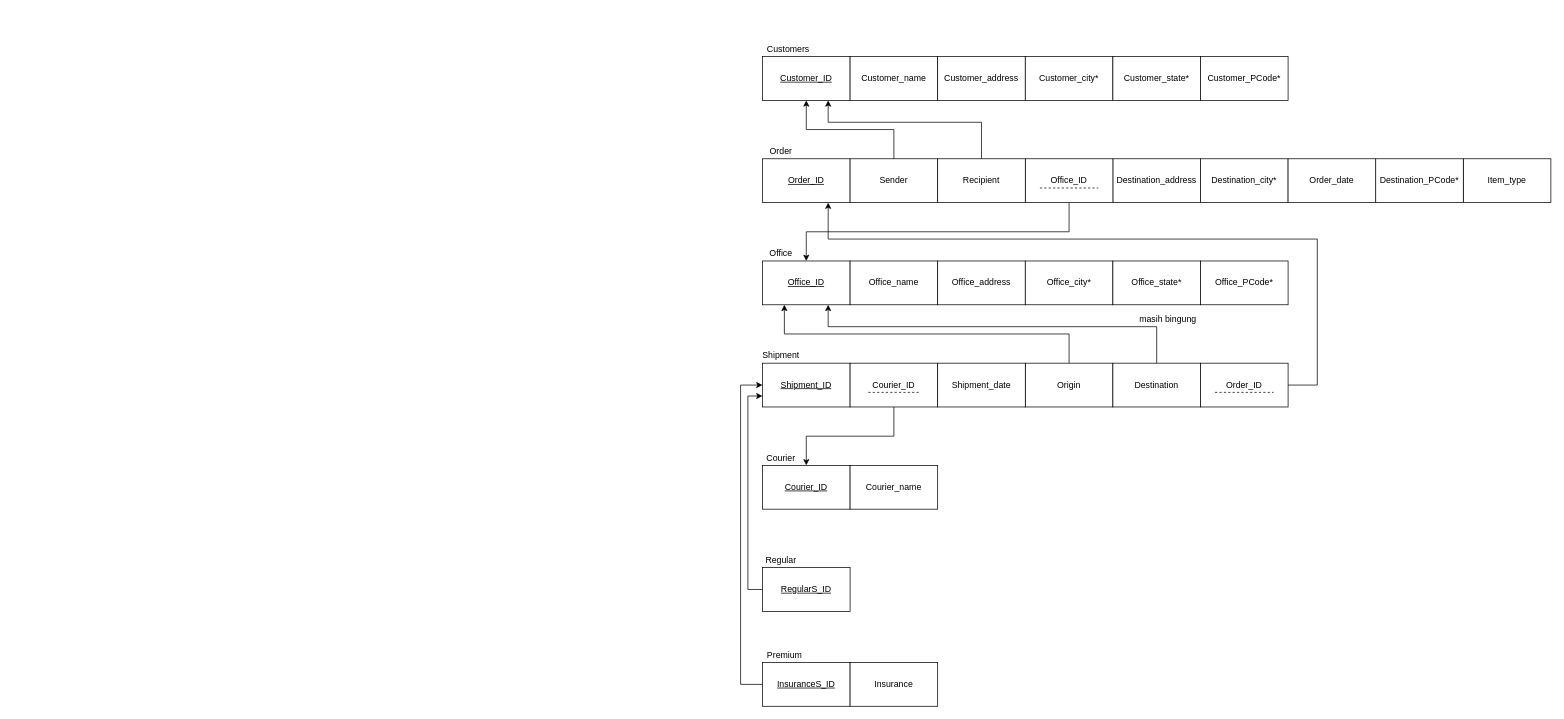
Before: page "Relational Table" (2 of 3) of ERD/ERD_RT_Norm.drawio in jeki-z/dripship, a draw.io diagram. Source tidied: cells renumbered, new cells numbered last; positions are measured from the earlier drawing's top-left corner, leaving out a move shared by most shapes. Both pictures are drawn from the tidied source at 73%, with x=0, y=0 at pixel (740, 42).
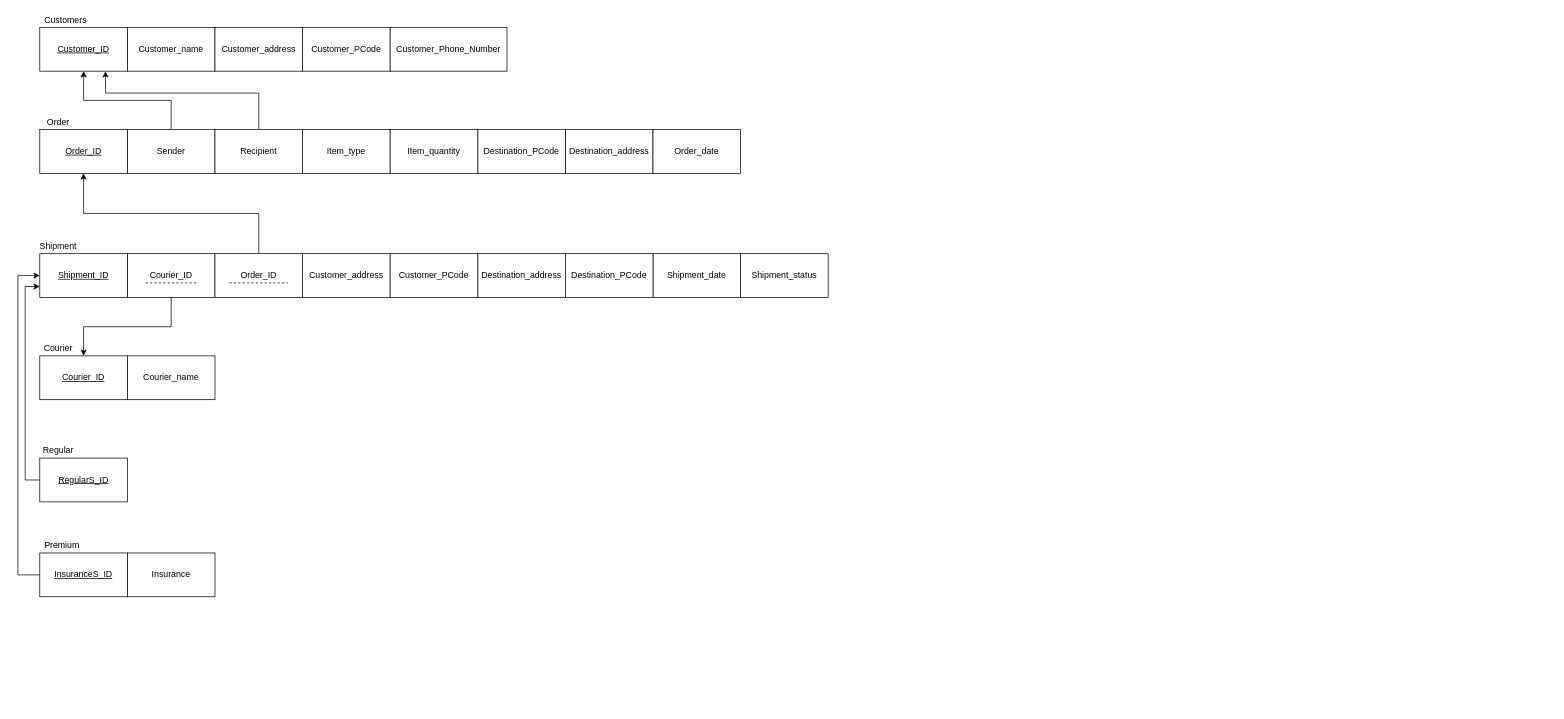
After the change.

The edit, as a diff of the source:
```diff
@@
     <mxCell id="2" value="&lt;u&gt;Customer_ID&lt;/u&gt;" style="rounded=0;whiteSpace=wrap;html=1;" parent="1" vertex="1">
-      <mxGeometry x="30" y="20" width="120" height="60" as="geometry" />
+      <mxGeometry x="-960" y="-20" width="120" height="60" as="geometry" />
     </mxCell>
     <mxCell id="3" value="Customer_name" style="rounded=0;whiteSpace=wrap;html=1;" parent="1" vertex="1">
-      <mxGeometry x="150" y="20" width="120" height="60" as="geometry" />
+      <mxGeometry x="-840" y="-20" width="120" height="60" as="geometry" />
     </mxCell>
     <mxCell id="4" value="Customer_address" style="rounded=0;whiteSpace=wrap;html=1;" parent="1" vertex="1">
-      <mxGeometry x="270" y="20" width="120" height="60" as="geometry" />
+      <mxGeometry x="-720" y="-20" width="120" height="60" as="geometry" />
     </mxCell>
     <mxCell id="5" value="Customers" style="text;html=1;align=center;verticalAlign=middle;strokeColor=none;fillColor=none;" parent="1" vertex="1">
-      <mxGeometry x="30" width="70" height="20" as="geometry" />
+      <mxGeometry x="-960" y="-40" width="70" height="20" as="geometry" />
     </mxCell>
-    <mxCell id="6" value="Customer_city*" style="rounded=0;whiteSpace=wrap;html=1;" parent="1" vertex="1">
-      <mxGeometry x="390" y="20" width="120" height="60" as="geometry" />
-    </mxCell>
-    <mxCell id="7" value="Customer_state*" style="rounded=0;whiteSpace=wrap;html=1;" parent="1" vertex="1">
-      <mxGeometry x="510" y="20" width="120" height="60" as="geometry" />
-    </mxCell>
-    <mxCell id="8" value="Customer_PCode*" style="rounded=0;whiteSpace=wrap;html=1;" parent="1" vertex="1">
-      <mxGeometry x="630" y="20" width="120" height="60" as="geometry" />
+    <mxCell id="8" value="Customer_PCode" style="rounded=0;whiteSpace=wrap;html=1;" parent="1" vertex="1">
+      <mxGeometry x="-600" y="-20" width="120" height="60" as="geometry" />
     </mxCell>
     <mxCell id="9" value="Order" style="text;html=1;align=center;verticalAlign=middle;strokeColor=none;fillColor=none;" parent="1" vertex="1">
-      <mxGeometry x="30" y="140" width="50" height="20" as="geometry" />
+      <mxGeometry x="-960" y="100" width="50" height="20" as="geometry" />
     </mxCell>
     <mxCell id="10" value="&lt;u&gt;Order_ID&lt;/u&gt;" style="rounded=0;whiteSpace=wrap;html=1;" parent="1" vertex="1">
-      <mxGeometry x="30" y="160" width="120" height="60" as="geometry" />
+      <mxGeometry x="-960" y="120" width="120" height="60" as="geometry" />
     </mxCell>
     <mxCell id="11" value="Destination_address" style="rounded=0;whiteSpace=wrap;html=1;" parent="1" vertex="1">
-      <mxGeometry x="510" y="160" width="120" height="60" as="geometry" />
+      <mxGeometry x="-240" y="120" width="120" height="60" as="geometry" />
     </mxCell>
     <mxCell id="12" value="Item_type" style="rounded=0;whiteSpace=wrap;html=1;" parent="1" vertex="1">
-      <mxGeometry x="990" y="160" width="120" height="60" as="geometry" />
+      <mxGeometry x="-600" y="120" width="120" height="60" as="geometry" />
     </mxCell>
-    <mxCell id="13" style="edgeStyle=orthogonalEdgeStyle;rounded=0;jettySize=auto;html=1;exitX=0.5;exitY=1;exitDx=0;exitDy=0;" parent="1" edge="1" source="14" target="23">
-      <mxGeometry relative="1" as="geometry" />
-    </mxCell>
-    <mxCell id="14" value="Office_ID" style="rounded=0;whiteSpace=wrap;html=1;" parent="1" vertex="1">
-      <mxGeometry x="390" y="160" width="120" height="60" as="geometry" />
-    </mxCell>
@@
     <mxCell id="16" value="Sender" style="rounded=0;whiteSpace=wrap;html=1;" parent="1" vertex="1">
-      <mxGeometry x="150" y="160" width="120" height="60" as="geometry" />
+      <mxGeometry x="-840" y="120" width="120" height="60" as="geometry" />
     </mxCell>
-    <mxCell id="17" value="Destination_city*" style="rounded=0;whiteSpace=wrap;html=1;" parent="1" vertex="1">
-      <mxGeometry x="630" y="160" width="120" height="60" as="geometry" />
-    </mxCell>
-    <mxCell id="18" value="Destination_PCode*" style="rounded=0;whiteSpace=wrap;html=1;" parent="1" vertex="1">
-      <mxGeometry x="870" y="160" width="120" height="60" as="geometry" />
+    <mxCell id="18" value="Destination_PCode" style="rounded=0;whiteSpace=wrap;html=1;" parent="1" vertex="1">
+      <mxGeometry x="-360" y="120" width="120" height="60" as="geometry" />
     </mxCell>
     <mxCell id="19" value="Order_date" style="rounded=0;whiteSpace=wrap;html=1;" parent="1" vertex="1">
-      <mxGeometry x="750" y="160" width="120" height="60" as="geometry" />
+      <mxGeometry x="-120" y="120" width="120" height="60" as="geometry" />
     </mxCell>
     <mxCell id="20" style="edgeStyle=orthogonalEdgeStyle;rounded=0;jettySize=auto;html=1;exitX=0.5;exitY=0;exitDx=0;exitDy=0;entryX=0.75;entryY=1;entryDx=0;entryDy=0;" parent="1" edge="1" source="21" target="2">
       <mxGeometry relative="1" as="geometry">
         <Array as="points">
-          <mxPoint x="330" y="110" />
-          <mxPoint x="120" y="110" />
+          <mxPoint x="-660" y="70" />
+          <mxPoint x="-870" y="70" />
         </Array>
       </mxGeometry>
     </mxCell>
     <mxCell id="21" value="Recipient" style="rounded=0;whiteSpace=wrap;html=1;" parent="1" vertex="1">
-      <mxGeometry x="270" y="160" width="120" height="60" as="geometry" />
+      <mxGeometry x="-720" y="120" width="120" height="60" as="geometry" />
     </mxCell>
-    <mxCell id="22" style="endArrow=none;dashed=1;html=1;rounded=0;" parent="1" edge="1">
-      <mxGeometry relative="1" as="geometry">
-        <mxPoint x="410" y="200" as="sourcePoint" />
-        <mxPoint x="490" y="200" as="targetPoint" />
-      </mxGeometry>
-    </mxCell>
-    <mxCell id="23" value="&lt;u&gt;Office_ID&lt;/u&gt;" style="rounded=0;whiteSpace=wrap;html=1;" parent="1" vertex="1">
-      <mxGeometry x="30" y="300" width="120" height="60" as="geometry" />
-    </mxCell>
-    <mxCell id="24" value="Office" style="text;html=1;align=center;verticalAlign=middle;strokeColor=none;fillColor=none;" parent="1" vertex="1">
-      <mxGeometry x="30" y="280" width="50" height="20" as="geometry" />
-    </mxCell>
-    <mxCell id="25" value="Office_name" style="rounded=0;whiteSpace=wrap;html=1;" parent="1" vertex="1">
-      <mxGeometry x="150" y="300" width="120" height="60" as="geometry" />
-    </mxCell>
-    <mxCell id="26" value="Office_address" style="rounded=0;whiteSpace=wrap;html=1;" parent="1" vertex="1">
-      <mxGeometry x="270" y="300" width="120" height="60" as="geometry" />
-    </mxCell>
-    <mxCell id="27" value="Office_city*" style="rounded=0;whiteSpace=wrap;html=1;" parent="1" vertex="1">
-      <mxGeometry x="390" y="300" width="120" height="60" as="geometry" />
-    </mxCell>
-    <mxCell id="28" value="Office_state*" style="rounded=0;whiteSpace=wrap;html=1;" parent="1" vertex="1">
-      <mxGeometry x="510" y="300" width="120" height="60" as="geometry" />
-    </mxCell>
-    <mxCell id="29" value="Office_PCode*" style="rounded=0;whiteSpace=wrap;html=1;" parent="1" vertex="1">
-      <mxGeometry x="630" y="300" width="120" height="60" as="geometry" />
-    </mxCell>
     <mxCell id="30" value="&lt;u&gt;Courier_ID&lt;/u&gt;" style="rounded=0;whiteSpace=wrap;html=1;" parent="1" vertex="1">
-      <mxGeometry x="30" y="580" width="120" height="60" as="geometry" />
+      <mxGeometry x="-960" y="430" width="120" height="60" as="geometry" />
     </mxCell>
     <mxCell id="31" value="Courier" style="text;html=1;align=center;verticalAlign=middle;strokeColor=none;fillColor=none;" parent="1" vertex="1">
-      <mxGeometry x="30" y="560" width="50" height="20" as="geometry" />
+      <mxGeometry x="-960" y="410" width="50" height="20" as="geometry" />
     </mxCell>
     <mxCell id="32" value="&lt;u&gt;Shipment_ID&lt;/u&gt;" style="rounded=0;whiteSpace=wrap;html=1;" parent="1" vertex="1">
-      <mxGeometry x="30" y="440" width="120" height="60" as="geometry" />
+      <mxGeometry x="-960" y="290" width="120" height="60" as="geometry" />
     </mxCell>
     <mxCell id="33" value="Shipment" style="text;html=1;align=center;verticalAlign=middle;strokeColor=none;fillColor=none;" parent="1" vertex="1">
-      <mxGeometry x="20" y="420" width="70" height="20" as="geometry" />
+      <mxGeometry x="-970" y="270" width="70" height="20" as="geometry" />
     </mxCell>
@@
     <mxCell id="35" value="Courier_ID" style="rounded=0;whiteSpace=wrap;html=1;" parent="1" vertex="1">
-      <mxGeometry x="150" y="440" width="120" height="60" as="geometry" />
+      <mxGeometry x="-840" y="290" width="120" height="60" as="geometry" />
     </mxCell>
-    <mxCell id="36" style="edgeStyle=orthogonalEdgeStyle;rounded=0;jettySize=auto;html=1;exitX=0.5;exitY=0;exitDx=0;exitDy=0;entryX=0.25;entryY=1;entryDx=0;entryDy=0;" parent="1" edge="1" source="37" target="23">
-      <mxGeometry relative="1" as="geometry" />
-    </mxCell>
-    <mxCell id="37" value="Origin" style="rounded=0;whiteSpace=wrap;html=1;" parent="1" vertex="1">
-      <mxGeometry x="390" y="440" width="120" height="60" as="geometry" />
+    <mxCell id="37" value="Customer_address" style="rounded=0;whiteSpace=wrap;html=1;" parent="1" vertex="1">
+      <mxGeometry x="-600" y="290" width="120" height="60" as="geometry" />
     </mxCell>
     <mxCell id="38" value="Shipment_date" style="rounded=0;whiteSpace=wrap;html=1;" parent="1" vertex="1">
-      <mxGeometry x="270" y="440" width="120" height="60" as="geometry" />
+      <mxGeometry x="-120" y="290" width="120" height="60" as="geometry" />
     </mxCell>
-    <mxCell id="39" style="edgeStyle=orthogonalEdgeStyle;rounded=0;jettySize=auto;html=1;exitX=0.5;exitY=0;exitDx=0;exitDy=0;entryX=0.75;entryY=1;entryDx=0;entryDy=0;" parent="1" edge="1" source="40" target="23">
-      <mxGeometry relative="1" as="geometry">
-        <Array as="points">
-          <mxPoint x="570" y="390" />
-          <mxPoint x="120" y="390" />
-        </Array>
-      </mxGeometry>
-    </mxCell>
-    <mxCell id="40" value="Destination" style="rounded=0;whiteSpace=wrap;html=1;" parent="1" vertex="1">
-      <mxGeometry x="510" y="440" width="120" height="60" as="geometry" />
+    <mxCell id="40" value="Destination_address" style="rounded=0;whiteSpace=wrap;html=1;" parent="1" vertex="1">
+      <mxGeometry x="-360" y="290" width="120" height="60" as="geometry" />
     </mxCell>
     <mxCell id="41" value="&lt;u&gt;RegularS_ID&lt;/u&gt;" style="rounded=0;whiteSpace=wrap;html=1;" parent="1" vertex="1">
-      <mxGeometry x="30" y="720" width="120" height="60" as="geometry" />
+      <mxGeometry x="-960" y="570" width="120" height="60" as="geometry" />
     </mxCell>
     <mxCell id="42" value="Regular" style="text;html=1;align=center;verticalAlign=middle;strokeColor=none;fillColor=none;" parent="1" vertex="1">
-      <mxGeometry x="25" y="700" width="60" height="20" as="geometry" />
+      <mxGeometry x="-965" y="550" width="60" height="20" as="geometry" />
     </mxCell>
     <mxCell id="43" value="&lt;u&gt;InsuranceS_ID&lt;/u&gt;" style="rounded=0;whiteSpace=wrap;html=1;" parent="1" vertex="1">
-      <mxGeometry x="30" y="850" width="120" height="60" as="geometry" />
+      <mxGeometry x="-960" y="700" width="120" height="60" as="geometry" />
     </mxCell>
     <mxCell id="44" value="Insurance" style="rounded=0;whiteSpace=wrap;html=1;" parent="1" vertex="1">
-      <mxGeometry x="150" y="850" width="120" height="60" as="geometry" />
+      <mxGeometry x="-840" y="700" width="120" height="60" as="geometry" />
     </mxCell>
     <mxCell id="45" value="Premium" style="text;html=1;align=center;verticalAlign=middle;strokeColor=none;fillColor=none;" parent="1" vertex="1">
-      <mxGeometry x="30" y="830" width="60" height="20" as="geometry" />
+      <mxGeometry x="-960" y="680" width="60" height="20" as="geometry" />
     </mxCell>
     <mxCell id="46" style="endArrow=classic;html=1;rounded=0;exitX=0;exitY=0.5;exitDx=0;exitDy=0;entryX=0;entryY=0.5;entryDx=0;entryDy=0;" parent="1" edge="1" source="43" target="32">
       <mxGeometry relative="1" as="geometry">
         <Array as="points">
-          <mxPoint y="880" />
-          <mxPoint y="470" />
+          <mxPoint x="-990" y="730" />
+          <mxPoint x="-990" y="320" />
         </Array>
       </mxGeometry>
     </mxCell>
     <mxCell id="47" style="endArrow=classic;html=1;rounded=0;exitX=0;exitY=0.5;exitDx=0;exitDy=0;entryX=0;entryY=0.75;entryDx=0;entryDy=0;" parent="1" edge="1" source="41" target="32">
       <mxGeometry relative="1" as="geometry">
         <Array as="points">
-          <mxPoint x="10" y="750" />
-          <mxPoint x="10" y="485" />
+          <mxPoint x="-980" y="600" />
+          <mxPoint x="-980" y="335" />
         </Array>
       </mxGeometry>
     </mxCell>
     <mxCell id="48" value="Courier_name" style="rounded=0;whiteSpace=wrap;html=1;" parent="1" vertex="1">
-      <mxGeometry x="150" y="580" width="120" height="60" as="geometry" />
+      <mxGeometry x="-840" y="430" width="120" height="60" as="geometry" />
     </mxCell>
     <mxCell id="49" style="endArrow=none;dashed=1;html=1;rounded=0;" parent="1" edge="1">
       <mxGeometry relative="1" as="geometry">
-        <mxPoint x="175" y="480" as="sourcePoint" />
-        <mxPoint x="245" y="480" as="targetPoint" />
+        <mxPoint x="-815" y="330" as="sourcePoint" />
+        <mxPoint x="-745" y="330" as="targetPoint" />
       </mxGeometry>
     </mxCell>
-    <mxCell id="50" value="masih bingung" style="text;html=1;align=center;verticalAlign=middle;strokeColor=none;fillColor=none;" parent="1" vertex="1">
-      <mxGeometry x="540" y="370" width="90" height="20" as="geometry" />
-    </mxCell>
-    <mxCell id="51" style="edgeStyle=orthogonalEdgeStyle;rounded=0;jettySize=auto;html=1;exitX=1;exitY=0.5;exitDx=0;exitDy=0;" parent="1" edge="1" source="52" target="10">
-      <mxGeometry relative="1" as="geometry">
-        <Array as="points">
-          <mxPoint x="790" y="470" />
-          <mxPoint x="790" y="270" />
-          <mxPoint x="120" y="270" />
-        </Array>
-      </mxGeometry>
+    <mxCell id="51" style="edgeStyle=orthogonalEdgeStyle;rounded=0;jettySize=auto;html=1;exitX=0.5;exitY=0;exitDx=0;exitDy=0;entryX=0.5;entryY=1;entryDx=0;entryDy=0;" parent="1" edge="1" source="52" target="10">
+      <mxGeometry relative="1" as="geometry" />
     </mxCell>
     <mxCell id="52" value="Order_ID" style="rounded=0;whiteSpace=wrap;html=1;" parent="1" vertex="1">
-      <mxGeometry x="630" y="440" width="120" height="60" as="geometry" />
+      <mxGeometry x="-720" y="290" width="120" height="60" as="geometry" />
     </mxCell>
     <mxCell id="53" style="endArrow=none;dashed=1;html=1;rounded=0;" parent="1" edge="1">
       <mxGeometry relative="1" as="geometry">
-        <mxPoint x="650" y="480" as="sourcePoint" />
-        <mxPoint x="730" y="480" as="targetPoint" />
+        <mxPoint x="-700" y="330" as="sourcePoint" />
+        <mxPoint x="-620" y="330" as="targetPoint" />
       </mxGeometry>
     </mxCell>
+    <mxCell id="54" value="Customer_PCode" style="rounded=0;whiteSpace=wrap;html=1;" parent="1" vertex="1">
+      <mxGeometry x="-480" y="290" width="120" height="60" as="geometry" />
+    </mxCell>
+    <mxCell id="55" value="Destination_PCode" style="rounded=0;whiteSpace=wrap;html=1;" parent="1" vertex="1">
+      <mxGeometry x="-240" y="290" width="120" height="60" as="geometry" />
+    </mxCell>
+    <mxCell id="56" value="Customer_Phone_Number" style="rounded=0;whiteSpace=wrap;html=1;" parent="1" vertex="1">
+      <mxGeometry x="-480" y="-20" width="160" height="60" as="geometry" />
+    </mxCell>
+    <mxCell id="57" value="Item_quantity" style="rounded=0;whiteSpace=wrap;html=1;" parent="1" vertex="1">
+      <mxGeometry x="-480" y="120" width="120" height="60" as="geometry" />
+    </mxCell>
+    <mxCell id="58" value="Shipment_status" style="rounded=0;whiteSpace=wrap;html=1;" parent="1" vertex="1">
+      <mxGeometry y="290" width="120" height="60" as="geometry" />
+    </mxCell>
```
